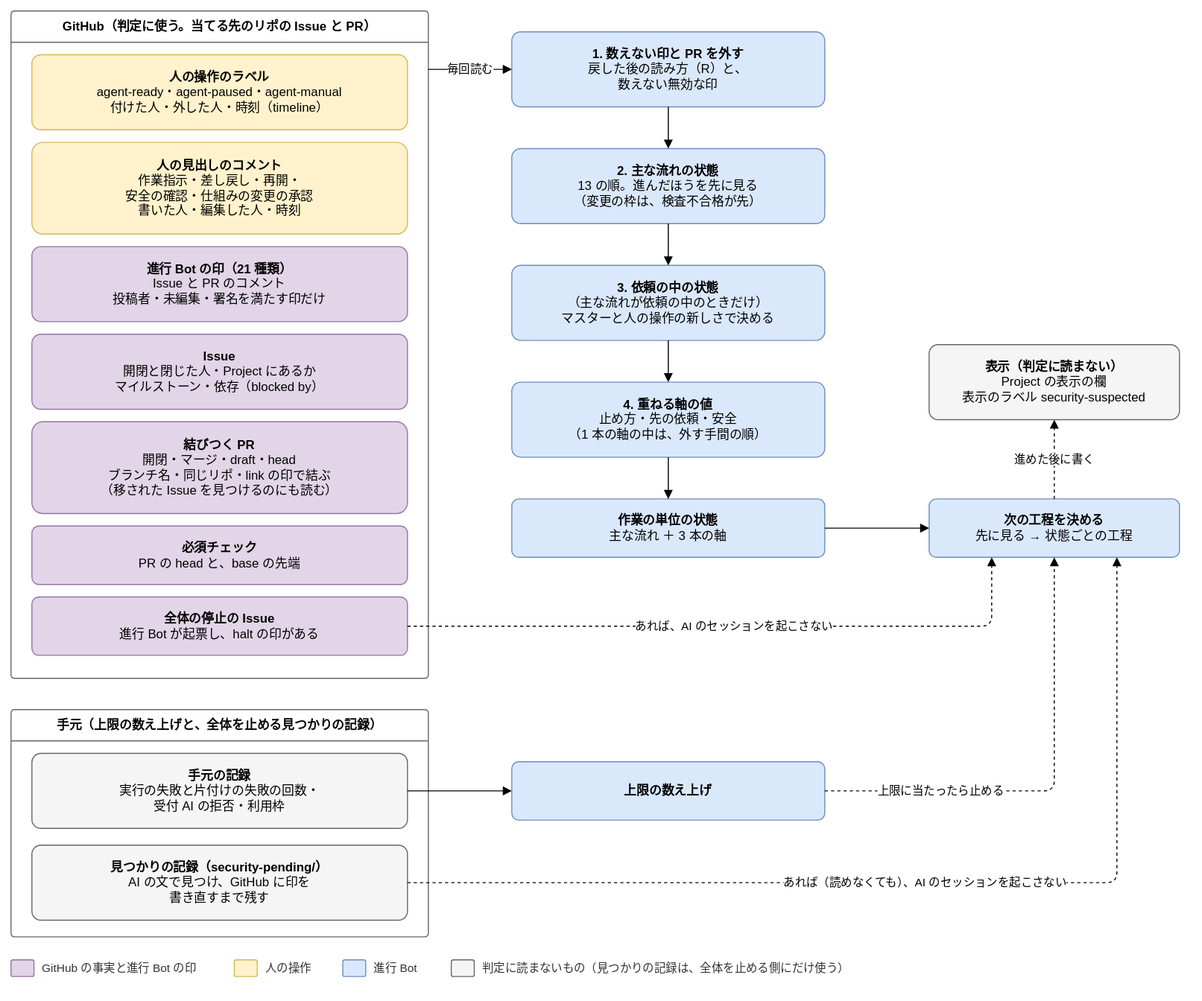
Before: docs/design/basic/diagrams/02-state-assembly.drawio.svg, a diagram exported from draw.io (Joymerrevent/dev-autopilot). Source tidied: cells renumbered, new cells last; positions are measured from the earlier drawing's top-left corner, leaving out a move shared by most shapes. Its diagram source:
```xml
<mxGraphModel background="#ffffff">
  <root>
    <mxCell id="0" />
    <mxCell id="1" parent="0" />
    <mxCell id="2" value="GitHub（判定に使う。当てる先のリポの Issue と PR）" style="swimlane;startSize=30;html=1;whiteSpace=wrap;rounded=1;arcSize=4;fontStyle=1;fontSize=12;strokeColor=#666666;fillColor=none;swimlaneFillColor=none;" parent="1" vertex="1">
      <mxGeometry width="400" height="640" as="geometry" />
    </mxCell>
    <mxCell id="3" value="&lt;b&gt;人の操作のラベル&lt;/b&gt;&lt;br&gt;agent-ready・agent-paused・agent-manual&lt;br&gt;付けた人・外した人・時刻（timeline）" style="rounded=1;whiteSpace=wrap;html=1;fontSize=12;arcSize=12;spacing=12;fillColor=#fff2cc;strokeColor=#d6b656;" parent="2" vertex="1">
      <mxGeometry x="20" y="42" width="360" height="72" as="geometry" />
    </mxCell>
    <mxCell id="4" value="&lt;b&gt;人の見出しのコメント&lt;/b&gt;&lt;br&gt;作業指示・差し戻し・再開・&lt;br&gt;安全の確認・仕組みの変更の承認&lt;br&gt;書いた人・編集した人・時刻" style="rounded=1;whiteSpace=wrap;html=1;fontSize=12;arcSize=12;spacing=12;fillColor=#fff2cc;strokeColor=#d6b656;" parent="2" vertex="1">
      <mxGeometry x="20" y="126" width="360" height="88" as="geometry" />
    </mxCell>
    <mxCell id="5" value="&lt;b&gt;進行 Bot の印（21 種類）&lt;/b&gt;&lt;br&gt;Issue と PR のコメント&lt;br&gt;投稿者・未編集・署名を満たす印だけ" style="rounded=1;whiteSpace=wrap;html=1;fontSize=12;arcSize=12;spacing=12;fillColor=#e1d5e7;strokeColor=#9673a6;" parent="2" vertex="1">
      <mxGeometry x="20" y="226" width="360" height="72" as="geometry" />
    </mxCell>
    <mxCell id="6" value="&lt;b&gt;Issue&lt;/b&gt;&lt;br&gt;開閉と閉じた人・Project にあるか&lt;br&gt;マイルストーン・依存（blocked by）" style="rounded=1;whiteSpace=wrap;html=1;fontSize=12;arcSize=12;spacing=12;fillColor=#e1d5e7;strokeColor=#9673a6;" parent="2" vertex="1">
      <mxGeometry x="20" y="310" width="360" height="72" as="geometry" />
    </mxCell>
    <mxCell id="7" value="&lt;b&gt;結びつく PR&lt;/b&gt;&lt;br&gt;開閉・マージ・draft・head&lt;br&gt;ブランチ名・同じリポ・link の印で結ぶ&lt;br&gt;（移された Issue を見つけるのにも読む）" style="rounded=1;whiteSpace=wrap;html=1;fontSize=12;arcSize=12;spacing=12;fillColor=#e1d5e7;strokeColor=#9673a6;" parent="2" vertex="1">
      <mxGeometry x="20" y="394" width="360" height="88" as="geometry" />
    </mxCell>
    <mxCell id="8" value="&lt;b&gt;必須チェック&lt;/b&gt;&lt;br&gt;PR の head と、base の先端" style="rounded=1;whiteSpace=wrap;html=1;fontSize=12;arcSize=12;spacing=12;fillColor=#e1d5e7;strokeColor=#9673a6;" parent="2" vertex="1">
      <mxGeometry x="20" y="494" width="360" height="56" as="geometry" />
    </mxCell>
    <mxCell id="9" value="&lt;b&gt;全体の停止の Issue&lt;/b&gt;&lt;br&gt;進行 Bot が起票し、halt の印がある" style="rounded=1;whiteSpace=wrap;html=1;fontSize=12;arcSize=12;spacing=12;fillColor=#e1d5e7;strokeColor=#9673a6;" parent="2" vertex="1">
      <mxGeometry x="20" y="562" width="360" height="56" as="geometry" />
    </mxCell>
    <mxCell id="10" value="&lt;b&gt;1. 数えない印と PR を外す&lt;/b&gt;&lt;br&gt;戻した後の読み方（R）と、&lt;br&gt;数えない無効な印" style="rounded=1;whiteSpace=wrap;html=1;fontSize=12;arcSize=12;spacing=12;fillColor=#dae8fc;strokeColor=#6c8ebf;" parent="1" vertex="1">
      <mxGeometry x="480" y="20" width="300" height="72" as="geometry" />
    </mxCell>
    <mxCell id="11" value="&lt;b&gt;2. 主な流れの状態&lt;/b&gt;&lt;br&gt;13 の順。進んだほうを先に見る&lt;br&gt;（変更の枠は、検査不合格が先）" style="rounded=1;whiteSpace=wrap;html=1;fontSize=12;arcSize=12;spacing=12;fillColor=#dae8fc;strokeColor=#6c8ebf;" parent="1" vertex="1">
      <mxGeometry x="480" y="132" width="300" height="72" as="geometry" />
    </mxCell>
    <mxCell id="12" value="&lt;b&gt;3. 依頼の中の状態&lt;/b&gt;&lt;br&gt;（主な流れが依頼の中のときだけ）&lt;br&gt;マスターと人の操作の新しさで決める" style="rounded=1;whiteSpace=wrap;html=1;fontSize=12;arcSize=12;spacing=12;fillColor=#dae8fc;strokeColor=#6c8ebf;" parent="1" vertex="1">
      <mxGeometry x="480" y="244" width="300" height="72" as="geometry" />
    </mxCell>
    <mxCell id="13" value="&lt;b&gt;4. 重ねる軸の値&lt;/b&gt;&lt;br&gt;止め方・先の依頼・安全&lt;br&gt;（1 本の軸の中は、外す手間の順）" style="rounded=1;whiteSpace=wrap;html=1;fontSize=12;arcSize=12;spacing=12;fillColor=#dae8fc;strokeColor=#6c8ebf;" parent="1" vertex="1">
      <mxGeometry x="480" y="356" width="300" height="72" as="geometry" />
    </mxCell>
    <mxCell id="14" value="&lt;b&gt;作業の単位の状態&lt;/b&gt;&lt;br&gt;主な流れ ＋ 3 本の軸" style="rounded=1;whiteSpace=wrap;html=1;fontSize=12;arcSize=12;spacing=12;fillColor=#dae8fc;strokeColor=#6c8ebf;" parent="1" vertex="1">
      <mxGeometry x="480" y="468" width="300" height="56" as="geometry" />
    </mxCell>
    <mxCell id="15" value="&lt;b&gt;次の工程を決める&lt;/b&gt;&lt;br&gt;先に見る → 状態ごとの工程" style="rounded=1;whiteSpace=wrap;html=1;fontSize=12;arcSize=12;spacing=12;fillColor=#dae8fc;strokeColor=#6c8ebf;" parent="1" vertex="1">
      <mxGeometry x="880" y="468" width="240" height="56" as="geometry" />
    </mxCell>
    <mxCell id="16" value="&lt;b&gt;表示（判定に読まない）&lt;/b&gt;&lt;br&gt;Project の表示の欄&lt;br&gt;表示のラベル security-suspected" style="rounded=1;whiteSpace=wrap;html=1;fontSize=12;arcSize=12;spacing=12;fillColor=#f5f5f5;strokeColor=#666666;" parent="1" vertex="1">
      <mxGeometry x="880" y="320" width="240" height="72" as="geometry" />
    </mxCell>
    <mxCell id="17" value="手元（上限の数え上げと、全体を止める見つかりの記録）" style="swimlane;startSize=30;html=1;whiteSpace=wrap;rounded=1;arcSize=4;fontStyle=1;fontSize=12;strokeColor=#666666;fillColor=none;swimlaneFillColor=none;" parent="1" vertex="1">
      <mxGeometry y="670" width="400" height="218" as="geometry" />
    </mxCell>
    <mxCell id="18" value="&lt;b&gt;手元の記録&lt;/b&gt;&lt;br&gt;実行の失敗と片付けの失敗の回数・&lt;br&gt;受付 AI の拒否・利用枠" style="rounded=1;whiteSpace=wrap;html=1;fontSize=12;arcSize=12;spacing=12;fillColor=#f5f5f5;strokeColor=#666666;" parent="17" vertex="1">
      <mxGeometry x="20" y="42" width="360" height="72" as="geometry" />
    </mxCell>
    <mxCell id="19" value="&lt;b&gt;見つかりの記録（security-pending/）&lt;/b&gt;&lt;br&gt;AI の文で見つけ、GitHub に印を&lt;br&gt;書き直すまで残す" style="rounded=1;whiteSpace=wrap;html=1;fontSize=12;arcSize=12;spacing=12;fillColor=#f5f5f5;strokeColor=#666666;" parent="17" vertex="1">
      <mxGeometry x="20" y="130" width="360" height="72" as="geometry" />
    </mxCell>
    <mxCell id="20" value="&lt;b&gt;上限の数え上げ&lt;/b&gt;" style="rounded=1;whiteSpace=wrap;html=1;fontSize=12;arcSize=12;spacing=12;fillColor=#dae8fc;strokeColor=#6c8ebf;" parent="1" vertex="1">
      <mxGeometry x="480" y="720" width="300" height="56" as="geometry" />
    </mxCell>
    <mxCell id="21" value="毎回読む" style="edgeStyle=orthogonalEdgeStyle;rounded=1;html=1;endArrow=block;endFill=1;fontSize=11;labelBackgroundColor=#ffffff;exitX=1;exitY=0.0875;exitDx=0;exitDy=0;entryX=0;entryY=0.5;entryDx=0;entryDy=0;" parent="1" edge="1" source="2" target="10">
      <mxGeometry relative="1" as="geometry" />
    </mxCell>
    <mxCell id="22" style="edgeStyle=orthogonalEdgeStyle;rounded=1;html=1;endArrow=block;endFill=1;fontSize=11;labelBackgroundColor=#ffffff;exitX=0.5;exitY=1;exitDx=0;exitDy=0;entryX=0.5;entryY=0;entryDx=0;entryDy=0;" parent="1" edge="1" source="10" target="11">
      <mxGeometry relative="1" as="geometry" />
    </mxCell>
    <mxCell id="23" style="edgeStyle=orthogonalEdgeStyle;rounded=1;html=1;endArrow=block;endFill=1;fontSize=11;labelBackgroundColor=#ffffff;exitX=0.5;exitY=1;exitDx=0;exitDy=0;entryX=0.5;entryY=0;entryDx=0;entryDy=0;" parent="1" edge="1" source="11" target="12">
      <mxGeometry relative="1" as="geometry" />
    </mxCell>
    <mxCell id="24" style="edgeStyle=orthogonalEdgeStyle;rounded=1;html=1;endArrow=block;endFill=1;fontSize=11;labelBackgroundColor=#ffffff;exitX=0.5;exitY=1;exitDx=0;exitDy=0;entryX=0.5;entryY=0;entryDx=0;entryDy=0;" parent="1" edge="1" source="12" target="13">
      <mxGeometry relative="1" as="geometry" />
    </mxCell>
    <mxCell id="25" style="edgeStyle=orthogonalEdgeStyle;rounded=1;html=1;endArrow=block;endFill=1;fontSize=11;labelBackgroundColor=#ffffff;exitX=0.5;exitY=1;exitDx=0;exitDy=0;entryX=0.5;entryY=0;entryDx=0;entryDy=0;" parent="1" edge="1" source="13" target="14">
      <mxGeometry relative="1" as="geometry" />
    </mxCell>
    <mxCell id="26" style="edgeStyle=orthogonalEdgeStyle;rounded=1;html=1;endArrow=block;endFill=1;fontSize=11;labelBackgroundColor=#ffffff;exitX=1;exitY=0.5;exitDx=0;exitDy=0;entryX=0;entryY=0.5;entryDx=0;entryDy=0;" parent="1" edge="1" source="14" target="15">
      <mxGeometry relative="1" as="geometry" />
    </mxCell>
    <mxCell id="27" value="進めた後に書く" style="edgeStyle=orthogonalEdgeStyle;rounded=1;html=1;endArrow=block;endFill=1;fontSize=11;labelBackgroundColor=#ffffff;dashed=1;exitX=0.5;exitY=0;exitDx=0;exitDy=0;entryX=0.5;entryY=1;entryDx=0;entryDy=0;" parent="1" edge="1" source="15" target="16">
      <mxGeometry relative="1" as="geometry" />
    </mxCell>
    <mxCell id="28" value="あれば、AI のセッションを起こさない" style="edgeStyle=orthogonalEdgeStyle;rounded=1;html=1;endArrow=block;endFill=1;fontSize=11;labelBackgroundColor=#ffffff;dashed=1;exitX=1;exitY=0.5;exitDx=0;exitDy=0;entryX=0.25;entryY=1;entryDx=0;entryDy=0;" parent="1" edge="1" source="9" target="15">
      <mxGeometry relative="1" as="geometry">
        <Array as="points">
          <mxPoint x="940" y="590" />
        </Array>
      </mxGeometry>
    </mxCell>
    <mxCell id="29" style="edgeStyle=orthogonalEdgeStyle;rounded=1;html=1;endArrow=block;endFill=1;fontSize=11;labelBackgroundColor=#ffffff;exitX=1;exitY=0.5;exitDx=0;exitDy=0;entryX=0;entryY=0.5;entryDx=0;entryDy=0;" parent="1" edge="1" source="18" target="20">
      <mxGeometry relative="1" as="geometry" />
    </mxCell>
    <mxCell id="30" value="上限に当たったら止める" style="edgeStyle=orthogonalEdgeStyle;rounded=1;html=1;endArrow=block;endFill=1;fontSize=11;labelBackgroundColor=#ffffff;dashed=1;exitX=1;exitY=0.5;exitDx=0;exitDy=0;entryX=0.5;entryY=1;entryDx=0;entryDy=0;" parent="1" edge="1" source="20" target="15">
      <mxGeometry x="-0.5" relative="1" as="geometry">
        <Array as="points">
          <mxPoint x="1000" y="748" />
        </Array>
      </mxGeometry>
    </mxCell>
    <mxCell id="31" value="あれば（読めなくても）、AI のセッションを起こさない" style="edgeStyle=orthogonalEdgeStyle;rounded=1;html=1;endArrow=block;endFill=1;fontSize=11;labelBackgroundColor=#ffffff;dashed=1;exitX=1;exitY=0.5;exitDx=0;exitDy=0;entryX=0.75;entryY=1;entryDx=0;entryDy=0;" parent="1" edge="1" source="19" target="15">
      <mxGeometry relative="1" as="geometry">
        <Array as="points">
          <mxPoint x="1060" y="836" />
        </Array>
      </mxGeometry>
    </mxCell>
    <mxCell id="32" style="rounded=1;whiteSpace=wrap;html=1;fontSize=12;arcSize=12;spacing=12;fillColor=#e1d5e7;strokeColor=#9673a6;" parent="1" vertex="1">
      <mxGeometry y="910" width="22" height="16" as="geometry" />
    </mxCell>
    <mxCell id="33" value="GitHub の事実と進行 Bot の印" style="text;html=1;align=left;verticalAlign=middle;fontSize=11;fontColor=#333333;" parent="1" vertex="1">
      <mxGeometry x="28" y="908" width="170" height="20" as="geometry" />
    </mxCell>
    <mxCell id="34" style="rounded=1;whiteSpace=wrap;html=1;fontSize=12;arcSize=12;spacing=12;fillColor=#fff2cc;strokeColor=#d6b656;" parent="1" vertex="1">
      <mxGeometry x="214" y="910" width="22" height="16" as="geometry" />
    </mxCell>
    <mxCell id="35" value="人の操作" style="text;html=1;align=left;verticalAlign=middle;fontSize=11;fontColor=#333333;" parent="1" vertex="1">
      <mxGeometry x="242" y="908" width="60" height="20" as="geometry" />
    </mxCell>
    <mxCell id="36" style="rounded=1;whiteSpace=wrap;html=1;fontSize=12;arcSize=12;spacing=12;fillColor=#dae8fc;strokeColor=#6c8ebf;" parent="1" vertex="1">
      <mxGeometry x="318" y="910" width="22" height="16" as="geometry" />
    </mxCell>
    <mxCell id="37" value="進行 Bot" style="text;html=1;align=left;verticalAlign=middle;fontSize=11;fontColor=#333333;" parent="1" vertex="1">
      <mxGeometry x="346" y="908" width="60" height="20" as="geometry" />
    </mxCell>
    <mxCell id="38" style="rounded=1;whiteSpace=wrap;html=1;fontSize=12;arcSize=12;spacing=12;fillColor=#f5f5f5;strokeColor=#666666;" parent="1" vertex="1">
      <mxGeometry x="422" y="910" width="22" height="16" as="geometry" />
    </mxCell>
    <mxCell id="39" value="判定に読まないもの（見つかりの記録は、全体を止める側にだけ使う）" style="text;html=1;align=left;verticalAlign=middle;fontSize=11;fontColor=#333333;" parent="1" vertex="1">
      <mxGeometry x="450" y="908" width="380" height="20" as="geometry" />
    </mxCell>
  </root>
</mxGraphModel>
```
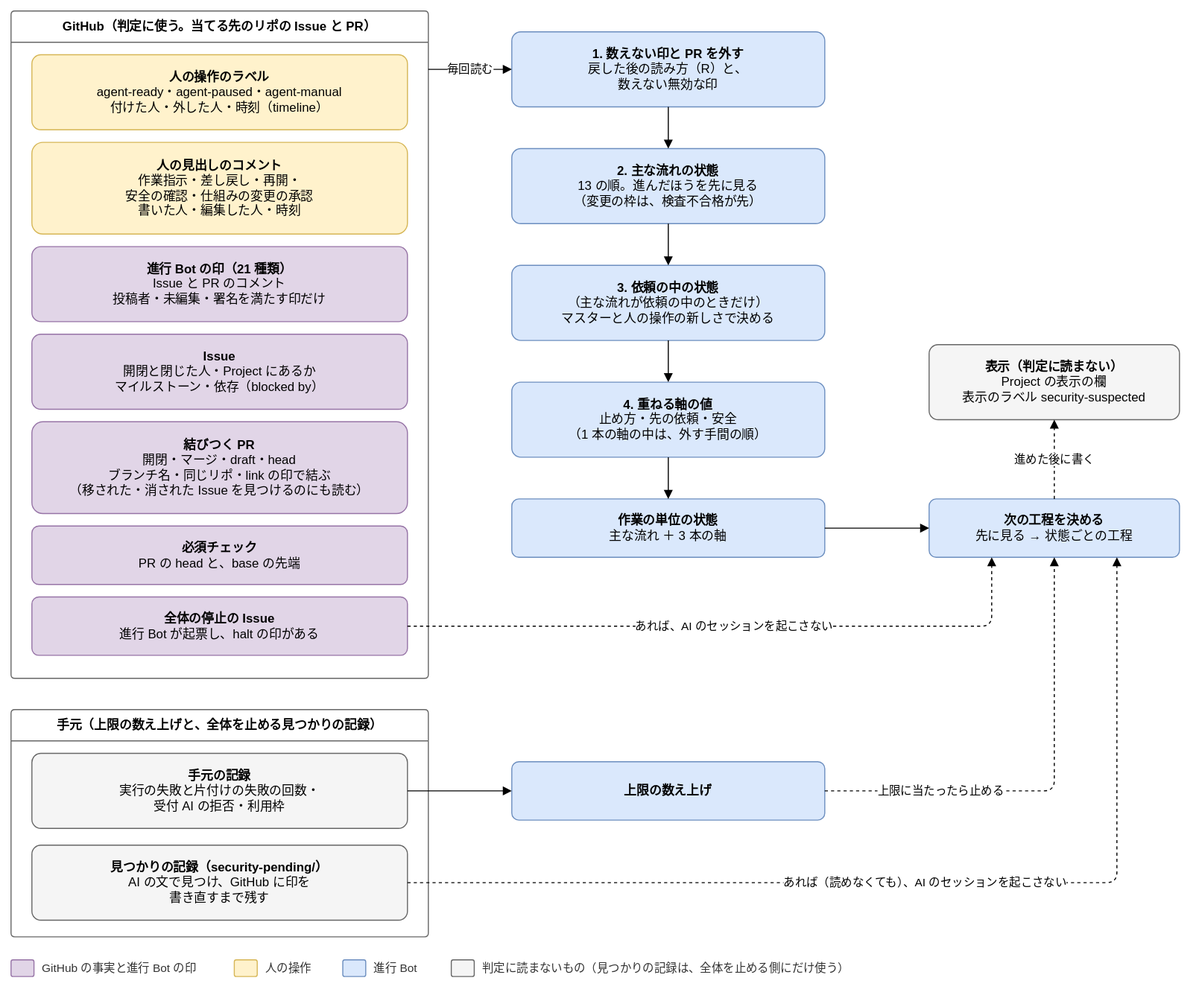
The same diagram one commit later.

Commit message:
docs(design): 基本設計の図で、作業の単位の Issue が消されたか無いときの片付けを描く

5 回目の再レビューの指摘を直す（R2-21）。

- 02-next-step-stops：「Issue が消されたか無い？」と「片付けだけ（順 8）」を足す
- 02-workspace-residue：移されたかの問いを状態の組み立ての見分け方にし、「消されたか無い？」と
  「片付けと同じに消す」と、消す前の確かめに外れたときの線を足す
- 02-state-assembly：結びつく PR の箱に、消された Issue を見つけるのにも読むことを足す

Claude-Session: https://claude.ai/code/session_01LvmXQN14Y95msvojZ6hWNP

The edit, as a diff of the source:
```diff
@@ -17,7 +17,7 @@
     <mxCell id="6" value="&lt;b&gt;Issue&lt;/b&gt;&lt;br&gt;開閉と閉じた人・Project にあるか&lt;br&gt;マイルストーン・依存（blocked by）" style="rounded=1;whiteSpace=wrap;html=1;fontSize=12;arcSize=12;spacing=12;fillColor=#e1d5e7;strokeColor=#9673a6;" parent="2" vertex="1">
       <mxGeometry x="20" y="310" width="360" height="72" as="geometry" />
     </mxCell>
-    <mxCell id="7" value="&lt;b&gt;結びつく PR&lt;/b&gt;&lt;br&gt;開閉・マージ・draft・head&lt;br&gt;ブランチ名・同じリポ・link の印で結ぶ&lt;br&gt;（移された Issue を見つけるのにも読む）" style="rounded=1;whiteSpace=wrap;html=1;fontSize=12;arcSize=12;spacing=12;fillColor=#e1d5e7;strokeColor=#9673a6;" parent="2" vertex="1">
+    <mxCell id="7" value="&lt;b&gt;結びつく PR&lt;/b&gt;&lt;br&gt;開閉・マージ・draft・head&lt;br&gt;ブランチ名・同じリポ・link の印で結ぶ&lt;br&gt;（移された・消された Issue を見つけるのにも読む）" style="rounded=1;whiteSpace=wrap;html=1;fontSize=12;arcSize=12;spacing=12;fillColor=#e1d5e7;strokeColor=#9673a6;" parent="2" vertex="1">
       <mxGeometry x="20" y="394" width="360" height="88" as="geometry" />
     </mxCell>
     <mxCell id="8" value="&lt;b&gt;必須チェック&lt;/b&gt;&lt;br&gt;PR の head と、base の先端" style="rounded=1;whiteSpace=wrap;html=1;fontSize=12;arcSize=12;spacing=12;fillColor=#e1d5e7;strokeColor=#9673a6;" parent="2" vertex="1">
```
